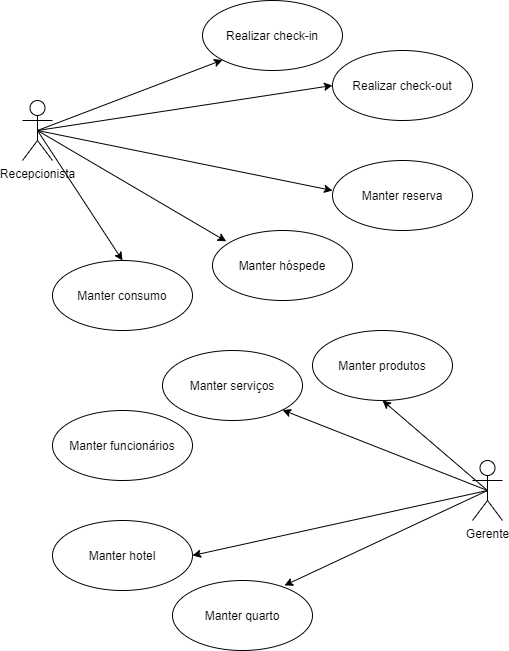
Above: docs/diagrams/Sistema de Hotelaria - Caso de Uso.png in henriqueyun/Hotel (draw.io), before the change. Source tidied: cells renumbered, new cells last; positions are measured from the earlier drawing's top-left corner, leaving out a move shared by most shapes. The source it was exported from:
```xml
<mxGraphModel>
  <root>
    <mxCell id="0" />
    <mxCell id="1" parent="0" />
    <mxCell id="2" value="Recepcionista" style="shape=umlActor;verticalLabelPosition=bottom;labelBackgroundColor=#ffffff;verticalAlign=top;html=1;outlineConnect=0;" parent="1" vertex="1">
      <mxGeometry y="100" width="30" height="60" as="geometry" />
    </mxCell>
    <mxCell id="3" value="Realizar check-in" style="ellipse;whiteSpace=wrap;html=1;fillColor=none;" parent="1" vertex="1">
      <mxGeometry x="180" width="140" height="70" as="geometry" />
    </mxCell>
    <mxCell id="4" value="Realizar check-out" style="ellipse;whiteSpace=wrap;html=1;fillColor=none;" parent="1" vertex="1">
      <mxGeometry x="310" y="50" width="140" height="70" as="geometry" />
    </mxCell>
    <mxCell id="5" value="Manter reserva" style="ellipse;whiteSpace=wrap;html=1;fillColor=none;" parent="1" vertex="1">
      <mxGeometry x="310" y="160" width="140" height="70" as="geometry" />
    </mxCell>
    <mxCell id="6" value="Manter hóspede" style="ellipse;whiteSpace=wrap;html=1;fillColor=none;" parent="1" vertex="1">
      <mxGeometry x="190" y="230" width="140" height="70" as="geometry" />
    </mxCell>
    <mxCell id="7" style="endArrow=classic;html=1;entryX=0;entryY=0.5;entryDx=0;entryDy=0;exitX=0.5;exitY=0.5;exitDx=0;exitDy=0;exitPerimeter=0;" parent="1" edge="1" source="2" target="4">
      <mxGeometry relative="1" as="geometry" />
    </mxCell>
    <mxCell id="8" style="endArrow=classic;html=1;entryX=0;entryY=1;entryDx=0;entryDy=0;exitX=0.5;exitY=0.5;exitDx=0;exitDy=0;exitPerimeter=0;" parent="1" edge="1" source="2" target="3">
      <mxGeometry relative="1" as="geometry" />
    </mxCell>
    <mxCell id="9" style="endArrow=classic;html=1;entryX=0;entryY=0.429;entryDx=0;entryDy=0;entryPerimeter=0;exitX=0.5;exitY=0.5;exitDx=0;exitDy=0;exitPerimeter=0;" parent="1" edge="1" source="2" target="5">
      <mxGeometry relative="1" as="geometry" />
    </mxCell>
    <mxCell id="10" style="endArrow=classic;html=1;entryX=0.098;entryY=0.155;entryDx=0;entryDy=0;exitX=0.5;exitY=0.5;exitDx=0;exitDy=0;exitPerimeter=0;entryPerimeter=0;" parent="1" edge="1" source="2" target="6">
      <mxGeometry relative="1" as="geometry" />
    </mxCell>
    <mxCell id="11" value="Gerente" style="shape=umlActor;verticalLabelPosition=bottom;labelBackgroundColor=#ffffff;verticalAlign=top;html=1;outlineConnect=0;" parent="1" vertex="1">
      <mxGeometry x="450" y="460" width="30" height="60" as="geometry" />
    </mxCell>
    <mxCell id="12" value="Manter serviços" style="ellipse;whiteSpace=wrap;html=1;fillColor=none;" parent="1" vertex="1">
      <mxGeometry x="140" y="350" width="140" height="70" as="geometry" />
    </mxCell>
    <mxCell id="13" value="Manter funcionários" style="ellipse;whiteSpace=wrap;html=1;fillColor=none;" parent="1" vertex="1">
      <mxGeometry x="30" y="410" width="140" height="70" as="geometry" />
    </mxCell>
    <mxCell id="14" value="Manter hotel" style="ellipse;whiteSpace=wrap;html=1;fillColor=none;" parent="1" vertex="1">
      <mxGeometry x="30" y="520" width="140" height="70" as="geometry" />
    </mxCell>
    <mxCell id="15" value="Manter quarto" style="ellipse;whiteSpace=wrap;html=1;fillColor=none;" parent="1" vertex="1">
      <mxGeometry x="150" y="580" width="140" height="70" as="geometry" />
    </mxCell>
    <mxCell id="16" style="endArrow=classic;html=1;entryX=0.5;entryY=1;entryDx=0;entryDy=0;exitX=0.5;exitY=0.5;exitDx=0;exitDy=0;exitPerimeter=0;" parent="1" edge="1" source="11" target="20">
      <mxGeometry relative="1" as="geometry" />
    </mxCell>
    <mxCell id="17" style="endArrow=classic;html=1;entryX=1;entryY=1;entryDx=0;entryDy=0;exitX=0.5;exitY=0.5;exitDx=0;exitDy=0;exitPerimeter=0;" parent="1" edge="1" source="11" target="12">
      <mxGeometry relative="1" as="geometry" />
    </mxCell>
    <mxCell id="18" style="endArrow=classic;html=1;entryX=1;entryY=0.5;entryDx=0;entryDy=0;exitX=0.5;exitY=0.5;exitDx=0;exitDy=0;exitPerimeter=0;" parent="1" edge="1" source="11" target="14">
      <mxGeometry relative="1" as="geometry" />
    </mxCell>
    <mxCell id="19" style="endArrow=classic;html=1;entryX=0.8;entryY=0.071;entryDx=0;entryDy=0;exitX=0.5;exitY=0.5;exitDx=0;exitDy=0;exitPerimeter=0;entryPerimeter=0;" parent="1" edge="1" source="11" target="15">
      <mxGeometry relative="1" as="geometry" />
    </mxCell>
    <mxCell id="20" value="Manter produtos" style="ellipse;whiteSpace=wrap;html=1;fillColor=none;" parent="1" vertex="1">
      <mxGeometry x="290" y="330" width="140" height="70" as="geometry" />
    </mxCell>
    <mxCell id="21" value="Manter consumo" style="ellipse;whiteSpace=wrap;html=1;fillColor=none;" parent="1" vertex="1">
      <mxGeometry x="30" y="260" width="140" height="70" as="geometry" />
    </mxCell>
    <mxCell id="22" style="endArrow=classic;html=1;entryX=0.5;entryY=0;entryDx=0;entryDy=0;exitX=0.5;exitY=0.5;exitDx=0;exitDy=0;exitPerimeter=0;" parent="1" edge="1" source="2" target="21">
      <mxGeometry relative="1" as="geometry" />
    </mxCell>
  </root>
</mxGraphModel>
```
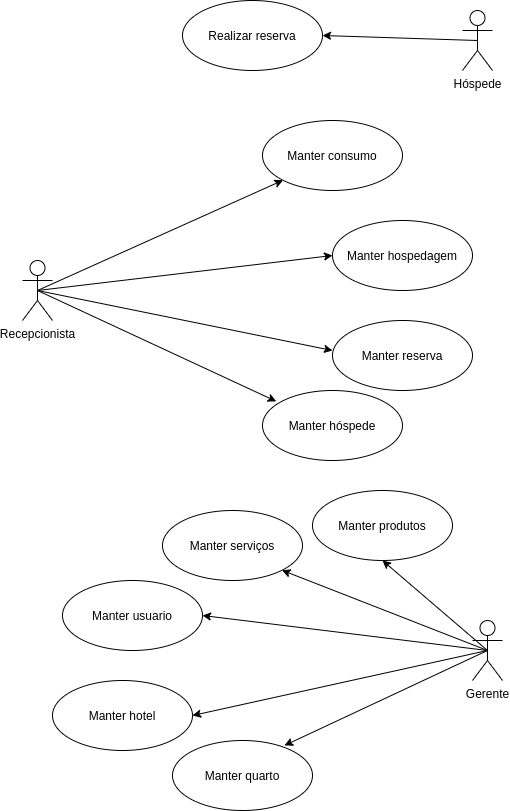
After the change.

Diff of the diagram source:
```diff
@@ -5,24 +5,18 @@
     <mxCell id="2" value="Recepcionista" style="shape=umlActor;verticalLabelPosition=bottom;labelBackgroundColor=#ffffff;verticalAlign=top;html=1;outlineConnect=0;" parent="1" vertex="1">
       <mxGeometry y="100" width="30" height="60" as="geometry" />
     </mxCell>
-    <mxCell id="3" value="Realizar check-in" style="ellipse;whiteSpace=wrap;html=1;fillColor=none;" parent="1" vertex="1">
-      <mxGeometry x="180" width="140" height="70" as="geometry" />
-    </mxCell>
-    <mxCell id="4" value="Realizar check-out" style="ellipse;whiteSpace=wrap;html=1;fillColor=none;" parent="1" vertex="1">
-      <mxGeometry x="310" y="50" width="140" height="70" as="geometry" />
+    <mxCell id="4" value="Manter hospedagem" style="ellipse;whiteSpace=wrap;html=1;fillColor=none;" parent="1" vertex="1">
+      <mxGeometry x="310" y="60" width="140" height="70" as="geometry" />
     </mxCell>
     <mxCell id="5" value="Manter reserva" style="ellipse;whiteSpace=wrap;html=1;fillColor=none;" parent="1" vertex="1">
       <mxGeometry x="310" y="160" width="140" height="70" as="geometry" />
     </mxCell>
     <mxCell id="6" value="Manter hóspede" style="ellipse;whiteSpace=wrap;html=1;fillColor=none;" parent="1" vertex="1">
-      <mxGeometry x="190" y="230" width="140" height="70" as="geometry" />
+      <mxGeometry x="240" y="230" width="140" height="70" as="geometry" />
     </mxCell>
     <mxCell id="7" style="endArrow=classic;html=1;entryX=0;entryY=0.5;entryDx=0;entryDy=0;exitX=0.5;exitY=0.5;exitDx=0;exitDy=0;exitPerimeter=0;" parent="1" edge="1" source="2" target="4">
       <mxGeometry relative="1" as="geometry" />
     </mxCell>
-    <mxCell id="8" style="endArrow=classic;html=1;entryX=0;entryY=1;entryDx=0;entryDy=0;exitX=0.5;exitY=0.5;exitDx=0;exitDy=0;exitPerimeter=0;" parent="1" edge="1" source="2" target="3">
-      <mxGeometry relative="1" as="geometry" />
-    </mxCell>
     <mxCell id="9" style="endArrow=classic;html=1;entryX=0;entryY=0.429;entryDx=0;entryDy=0;entryPerimeter=0;exitX=0.5;exitY=0.5;exitDx=0;exitDy=0;exitPerimeter=0;" parent="1" edge="1" source="2" target="5">
       <mxGeometry relative="1" as="geometry" />
     </mxCell>
@@ -35,8 +29,8 @@
     <mxCell id="12" value="Manter serviços" style="ellipse;whiteSpace=wrap;html=1;fillColor=none;" parent="1" vertex="1">
       <mxGeometry x="140" y="350" width="140" height="70" as="geometry" />
     </mxCell>
-    <mxCell id="13" value="Manter funcionários" style="ellipse;whiteSpace=wrap;html=1;fillColor=none;" parent="1" vertex="1">
-      <mxGeometry x="30" y="410" width="140" height="70" as="geometry" />
+    <mxCell id="13" value="Manter usuario" style="ellipse;whiteSpace=wrap;html=1;fillColor=none;" parent="1" vertex="1">
+      <mxGeometry x="40" y="420" width="140" height="70" as="geometry" />
     </mxCell>
     <mxCell id="14" value="Manter hotel" style="ellipse;whiteSpace=wrap;html=1;fillColor=none;" parent="1" vertex="1">
       <mxGeometry x="30" y="520" width="140" height="70" as="geometry" />
@@ -59,11 +53,23 @@
     <mxCell id="20" value="Manter produtos" style="ellipse;whiteSpace=wrap;html=1;fillColor=none;" parent="1" vertex="1">
       <mxGeometry x="290" y="330" width="140" height="70" as="geometry" />
     </mxCell>
+    <mxCell id="22" style="endArrow=classic;html=1;entryX=0;entryY=1;entryDx=0;entryDy=0;exitX=0.5;exitY=0.5;exitDx=0;exitDy=0;exitPerimeter=0;" parent="1" edge="1" source="2" target="21">
+      <mxGeometry relative="1" as="geometry" />
+    </mxCell>
+    <mxCell id="23" style="endArrow=classic;html=1;entryX=1;entryY=0.5;entryDx=0;entryDy=0;exitX=0.5;exitY=0.5;exitDx=0;exitDy=0;exitPerimeter=0;" parent="1" edge="1" source="11" target="13">
+      <mxGeometry relative="1" as="geometry" />
+    </mxCell>
     <mxCell id="21" value="Manter consumo" style="ellipse;whiteSpace=wrap;html=1;fillColor=none;" parent="1" vertex="1">
-      <mxGeometry x="30" y="260" width="140" height="70" as="geometry" />
+      <mxGeometry x="240" y="-40" width="140" height="70" as="geometry" />
     </mxCell>
-    <mxCell id="22" style="endArrow=classic;html=1;entryX=0.5;entryY=0;entryDx=0;entryDy=0;exitX=0.5;exitY=0.5;exitDx=0;exitDy=0;exitPerimeter=0;" parent="1" edge="1" source="2" target="21">
-      <mxGeometry relative="1" as="geometry" />
-    </mxCell>
+    <mxCell id="24" value="Hóspede" style="shape=umlActor;verticalLabelPosition=bottom;labelBackgroundColor=#ffffff;verticalAlign=top;html=1;outlineConnect=0;" parent="1" vertex="1">
+      <mxGeometry x="440" y="-150" width="30" height="60" as="geometry" />
+    </mxCell>
+    <mxCell id="25" value="Realizar reserva" style="ellipse;whiteSpace=wrap;html=1;fillColor=none;" parent="1" vertex="1">
+      <mxGeometry x="160" y="-160" width="140" height="70" as="geometry" />
+    </mxCell>
+    <mxCell id="26" style="endArrow=classic;html=1;entryX=1;entryY=0.5;entryDx=0;entryDy=0;exitX=0.5;exitY=0.5;exitDx=0;exitDy=0;exitPerimeter=0;" parent="1" edge="1" source="24" target="25">
+      <mxGeometry relative="1" as="geometry" />
+    </mxCell>
   </root>
 </mxGraphModel>
```
